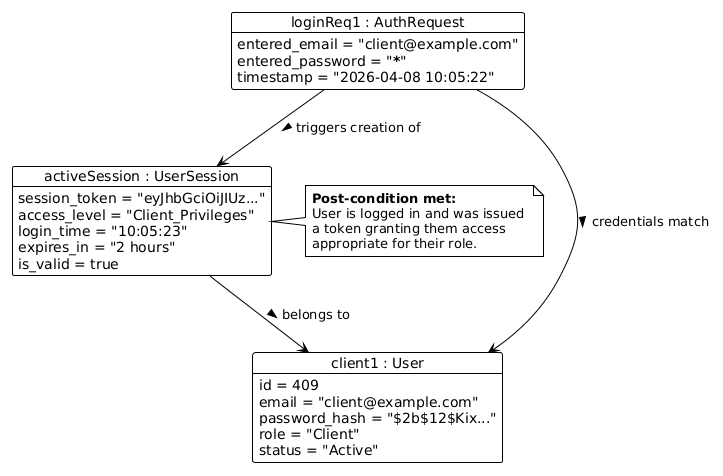
Before: Login_Object_Diagram.png, a diagram exported from PlantUML (mahxri/COMP2171-Hair-Booking).
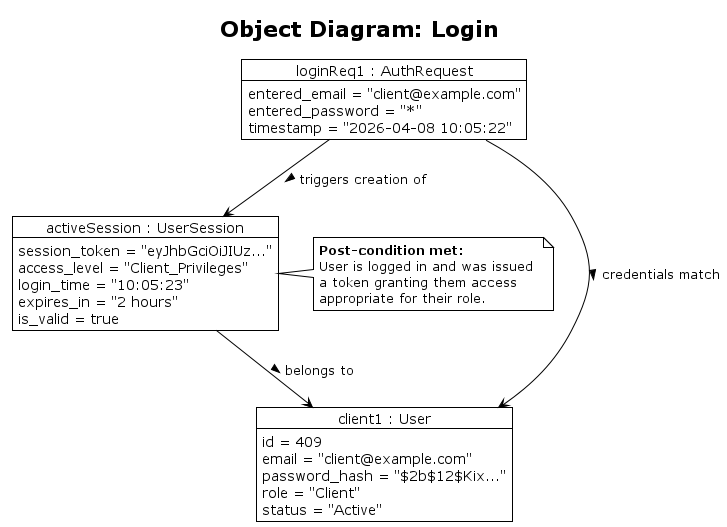
The same file after the commit.

What changed in the source:
```diff
@@ -1,5 +1,7 @@
-@startuml
+@startuml Login_Object_Diagram
 !theme plain
+hide empty description
+title Object Diagram: Login
 
 object "loginReq1 : AuthRequest" as req {
   entered_email = "client@example.com"
@@ -33,4 +35,5 @@
   a token granting them access
   appropriate for their role.
 end note
+
 @enduml
```
